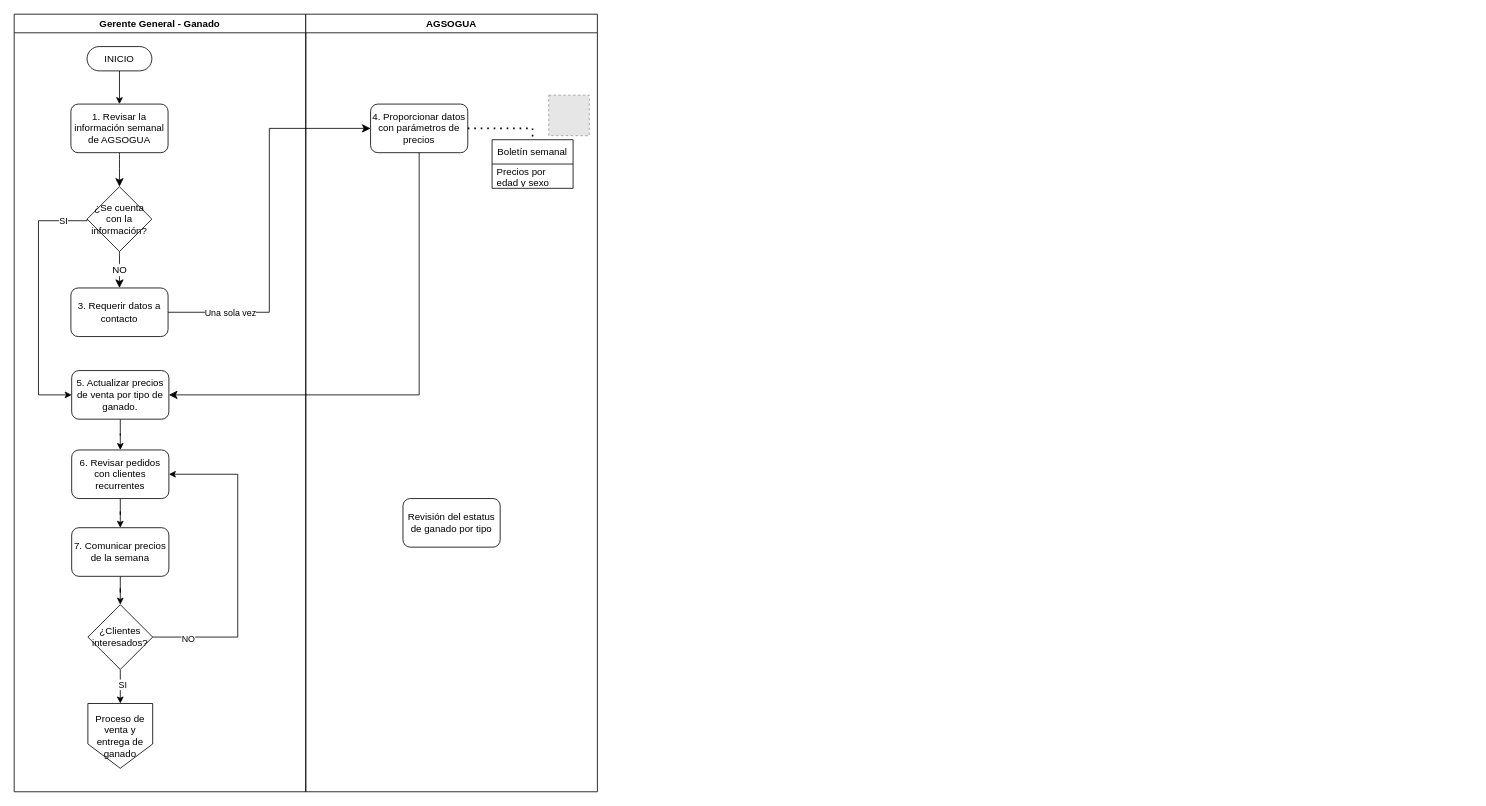
Above: page "Peso de ganado" (3 of 4) of FSJB.drawio in prtigofn/Dev2.0 (draw.io), before the change. Source tidied: cells renumbered, new cells numbered last; positions are measured from the earlier drawing's top-left corner, leaving out a move shared by most shapes. Both pictures are drawn from the tidied source at 81%, with x=0, y=0 at pixel (14, 14). Pictures stored in the file or linked from it are replaced by grey dashed boxes.
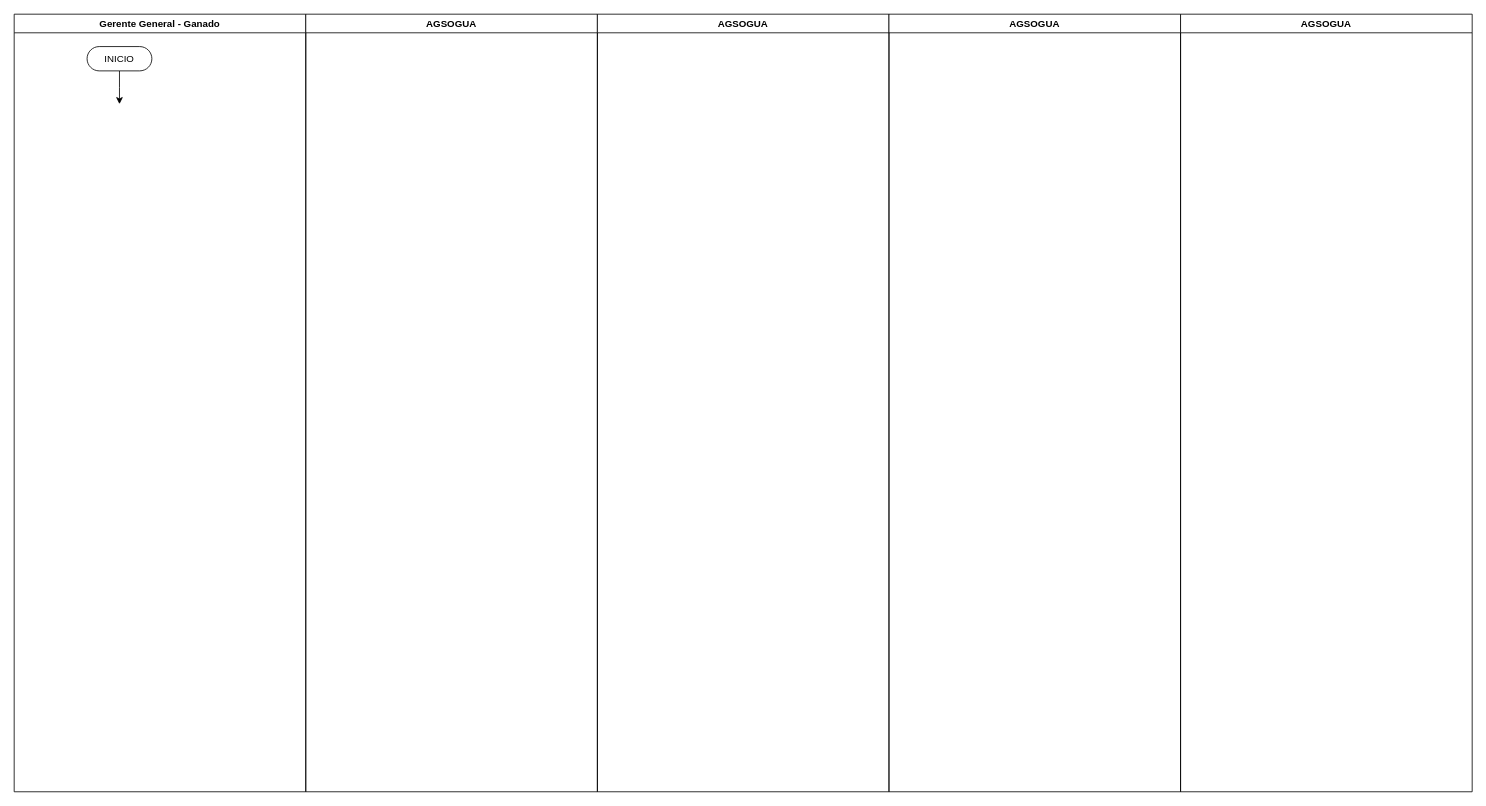
After the change.

The change refers to these unchanged cells:
```xml
<mxCell id="2" value="Gerente General - Ganado" style="swimlane;whiteSpace=wrap;html=1;" parent="1" vertex="1">
  <mxGeometry width="360" height="960" as="geometry" />
</mxCell>
<mxCell id="4" value="INICIO" style="html=1;dashed=0;whiteSpace=wrap;shape=mxgraph.dfd.start;" parent="2" vertex="1">
  <mxGeometry x="90" y="40" width="80" height="30" as="geometry" />
</mxCell>
<mxCell id="24" value="AGSOGUA" style="swimlane;whiteSpace=wrap;html=1;" parent="1" vertex="1">
  <mxGeometry x="360" width="360" height="960" as="geometry" />
</mxCell>
```

The edit, as a diff of the source:
```diff
@@
-    <mxCell id="3" style="edgeStyle=orthogonalEdgeStyle;rounded=0;jettySize=auto;html=1;" parent="2" edge="1" source="4" target="8">
-      <mxGeometry relative="1" as="geometry" />
+    <mxCell id="3" style="edgeStyle=orthogonalEdgeStyle;rounded=0;jettySize=auto;html=1;" parent="2" edge="1" source="4">
+      <mxGeometry relative="1" as="geometry">
+        <mxPoint x="130" y="111" as="targetPoint" />
+      </mxGeometry>
     </mxCell>
@@
-    <mxCell id="5" style="edgeStyle=orthogonalEdgeStyle;rounded=0;jettySize=auto;html=1;" parent="2" edge="1" source="6" target="15">
-      <mxGeometry relative="1" as="geometry" />
-    </mxCell>
-    <mxCell id="6" value="5. Actualizar precios de venta por tipo de ganado." style="rounded=1;whiteSpace=wrap;html=1;" parent="2" vertex="1">
-      <mxGeometry x="71" y="440" width="120" height="60" as="geometry" />
-    </mxCell>
-    <mxCell id="7" style="edgeStyle=none;curved=1;rounded=0;jettySize=auto;html=1;fontSize=12;startSize=8;endSize=8;" parent="2" edge="1" source="8" target="11">
-      <mxGeometry relative="1" as="geometry" />
-    </mxCell>
-    <mxCell id="8" value="1. Revisar la información semanal de AGSOGUA" style="rounded=1;whiteSpace=wrap;html=1;" parent="2" vertex="1">
-      <mxGeometry x="70" y="111" width="120" height="60" as="geometry" />
-    </mxCell>
-    <mxCell id="9" value="3. Requerir datos a contacto" style="rounded=1;whiteSpace=wrap;html=1;" parent="2" vertex="1">
-      <mxGeometry x="70" y="338" width="120" height="60" as="geometry" />
-    </mxCell>
-    <mxCell id="10" value="NO" style="edgeStyle=none;curved=1;rounded=0;jettySize=auto;html=1;fontSize=12;startSize=8;endSize=8;" parent="2" edge="1" source="11" target="9">
-      <mxGeometry relative="1" as="geometry" />
-    </mxCell>
-    <mxCell id="11" value="¿Se cuenta con la información?" style="rhombus;whiteSpace=wrap;html=1;" parent="2" vertex="1">
-      <mxGeometry x="90" y="213" width="80" height="80" as="geometry" />
-    </mxCell>
-    <mxCell id="12" style="endArrow=classic;html=1;rounded=0;exitX=0;exitY=0.5;exitDx=0;exitDy=0;entryX=0;entryY=0.5;entryDx=0;entryDy=0;edgeStyle=orthogonalEdgeStyle;" parent="2" edge="1" source="11" target="6">
-      <mxGeometry relative="1" as="geometry">
-        <Array as="points">
-          <mxPoint x="30" y="255" />
-          <mxPoint x="30" y="470" />
-        </Array>
-      </mxGeometry>
-    </mxCell>
-    <mxCell id="13" value="SI" style="edgeLabel;html=1;align=center;verticalAlign=middle;" parent="12" vertex="1">
-      <mxGeometry x="0.24" y="-1" relative="1" as="geometry">
-        <mxPoint x="31" y="-136" as="offset" />
-      </mxGeometry>
-    </mxCell>
-    <mxCell id="14" style="edgeStyle=orthogonalEdgeStyle;rounded=0;jettySize=auto;html=1;" parent="2" edge="1" source="15" target="18">
-      <mxGeometry relative="1" as="geometry" />
-    </mxCell>
-    <mxCell id="15" value="6. Revisar pedidos con clientes recurrentes" style="rounded=1;whiteSpace=wrap;html=1;" parent="2" vertex="1">
-      <mxGeometry x="71" y="538" width="120" height="60" as="geometry" />
-    </mxCell>
-    <mxCell id="16" value="Proceso de venta y entrega de ganado" style="shape=offPageConnector;whiteSpace=wrap;html=1;" parent="2" vertex="1">
-      <mxGeometry x="91" y="851" width="80" height="80" as="geometry" />
-    </mxCell>
-    <mxCell id="17" style="edgeStyle=orthogonalEdgeStyle;rounded=0;jettySize=auto;html=1;" parent="2" edge="1" source="18" target="21">
-      <mxGeometry relative="1" as="geometry" />
-    </mxCell>
-    <mxCell id="18" value="7. Comunicar precios de la semana" style="rounded=1;whiteSpace=wrap;html=1;" parent="2" vertex="1">
-      <mxGeometry x="71" y="634" width="120" height="60" as="geometry" />
-    </mxCell>
-    <mxCell id="19" style="edgeStyle=orthogonalEdgeStyle;rounded=0;jettySize=auto;html=1;" parent="2" edge="1" source="21" target="16">
-      <mxGeometry relative="1" as="geometry" />
-    </mxCell>
-    <mxCell id="20" value="SI" style="edgeLabel;html=1;align=center;verticalAlign=middle;" parent="19" vertex="1">
-      <mxGeometry x="-0.14" y="2" relative="1" as="geometry" />
-    </mxCell>
-    <mxCell id="21" value="¿Clientes interesados?" style="rhombus;whiteSpace=wrap;html=1;" parent="2" vertex="1">
-      <mxGeometry x="91" y="729" width="80" height="80" as="geometry" />
-    </mxCell>
-    <mxCell id="22" style="endArrow=classic;html=1;rounded=0;exitX=1;exitY=0.5;exitDx=0;exitDy=0;entryX=1;entryY=0.5;entryDx=0;entryDy=0;edgeStyle=orthogonalEdgeStyle;" parent="2" edge="1" source="21" target="15">
-      <mxGeometry relative="1" as="geometry">
-        <Array as="points">
-          <mxPoint x="276" y="769" />
-          <mxPoint x="276" y="568" />
-        </Array>
-      </mxGeometry>
-    </mxCell>
-    <mxCell id="23" value="NO" style="edgeLabel;html=1;align=center;verticalAlign=middle;" parent="22" vertex="1">
-      <mxGeometry x="-0.78" y="-2" relative="1" as="geometry" />
-    </mxCell>
@@
-    <mxCell id="25" value="4. Proporcionar datos con parámetros de precios" style="rounded=1;whiteSpace=wrap;html=1;" parent="24" vertex="1">
-      <mxGeometry x="80" y="111" width="120" height="60" as="geometry" />
-    </mxCell>
-    <mxCell id="26" value="Boletín semanal" style="swimlane;fontStyle=0;horizontal=1;startSize=30;whiteSpace=wrap;html=1;" parent="24" vertex="1">
-      <mxGeometry x="230" y="155" width="100" height="60" as="geometry" />
-    </mxCell>
-    <mxCell id="27" value="Precios por edad y sexo" style="text;strokeColor=none;fillColor=none;align=left;verticalAlign=middle;spacingLeft=4;spacingRight=4;overflow=hidden;whiteSpace=wrap;html=1;" parent="26" vertex="1">
-      <mxGeometry y="30" width="100" height="30" as="geometry" />
-    </mxCell>
-    <mxCell id="28" style="fillColor=#E6E6E6;strokeColor=#999999;dashed=1;html=1;verticalAlign=top;verticalLabelPosition=bottom;labelBackgroundColor=#ffffff;" parent="24" vertex="1">
-      <mxGeometry x="300" y="100" width="50" height="50" as="geometry" />
-    </mxCell>
-    <mxCell id="29" style="endArrow=none;dashed=1;html=1;dashPattern=1 3;strokeWidth=2;rounded=0;exitX=1;exitY=0.5;exitDx=0;exitDy=0;entryX=0.5;entryY=0;entryDx=0;entryDy=0;edgeStyle=orthogonalEdgeStyle;" parent="24" edge="1" source="25" target="26">
-      <mxGeometry relative="1" as="geometry" />
-    </mxCell>
-    <mxCell id="30" value="Revisión del estatus de ganado por tipo" style="rounded=1;whiteSpace=wrap;html=1;" parent="24" vertex="1">
-      <mxGeometry x="120" y="598" width="120" height="60" as="geometry" />
-    </mxCell>
-    <mxCell id="31" style="endArrow=classic;html=1;rounded=0;fontSize=12;startSize=8;endSize=8;exitX=1;exitY=0.5;exitDx=0;exitDy=0;entryX=0;entryY=0.5;entryDx=0;entryDy=0;edgeStyle=orthogonalEdgeStyle;" parent="1" edge="1" source="9" target="25">
-      <mxGeometry relative="1" as="geometry" />
-    </mxCell>
-    <mxCell id="32" value="Una sola vez" style="edgeLabel;html=1;align=center;verticalAlign=middle;" parent="31" vertex="1">
-      <mxGeometry x="-0.68" relative="1" as="geometry" />
-    </mxCell>
-    <mxCell id="33" style="endArrow=classic;html=1;rounded=0;fontSize=12;startSize=8;endSize=8;exitX=0.5;exitY=1;exitDx=0;exitDy=0;entryX=1;entryY=0.5;entryDx=0;entryDy=0;edgeStyle=orthogonalEdgeStyle;" parent="1" edge="1" source="25" target="6">
-      <mxGeometry relative="1" as="geometry" />
-    </mxCell>
+    <mxCell id="34" value="AGSOGUA" style="swimlane;whiteSpace=wrap;html=1;" parent="1" vertex="1">
+      <mxGeometry x="720" width="360" height="960" as="geometry" />
+    </mxCell>
+    <mxCell id="35" value="AGSOGUA" style="swimlane;whiteSpace=wrap;html=1;" parent="1" vertex="1">
+      <mxGeometry x="1080" width="360" height="960" as="geometry" />
+    </mxCell>
+    <mxCell id="36" value="AGSOGUA" style="swimlane;whiteSpace=wrap;html=1;" parent="1" vertex="1">
+      <mxGeometry x="1440" width="360" height="960" as="geometry" />
+    </mxCell>
```
